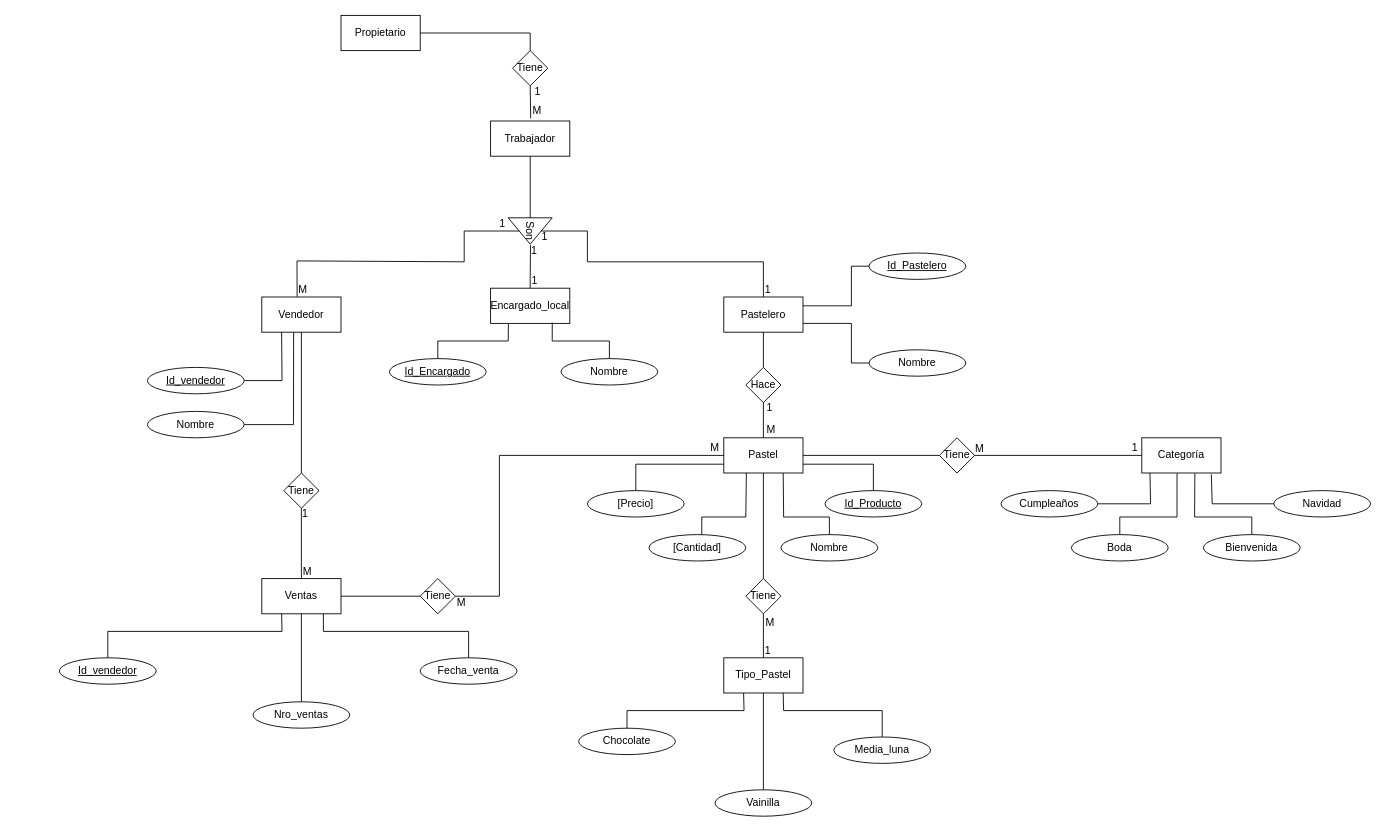
This is Prueba1.drawio from Davic1o/EsquemasBD, a draw.io file, before an edit. Source tidied: cells renumbered, new cells numbered last; positions are measured from the earlier drawing's top-left corner, leaving out a move shared by most shapes. Both pictures are drawn from the tidied source at 88%, with x=0, y=0 at pixel (59, 15).
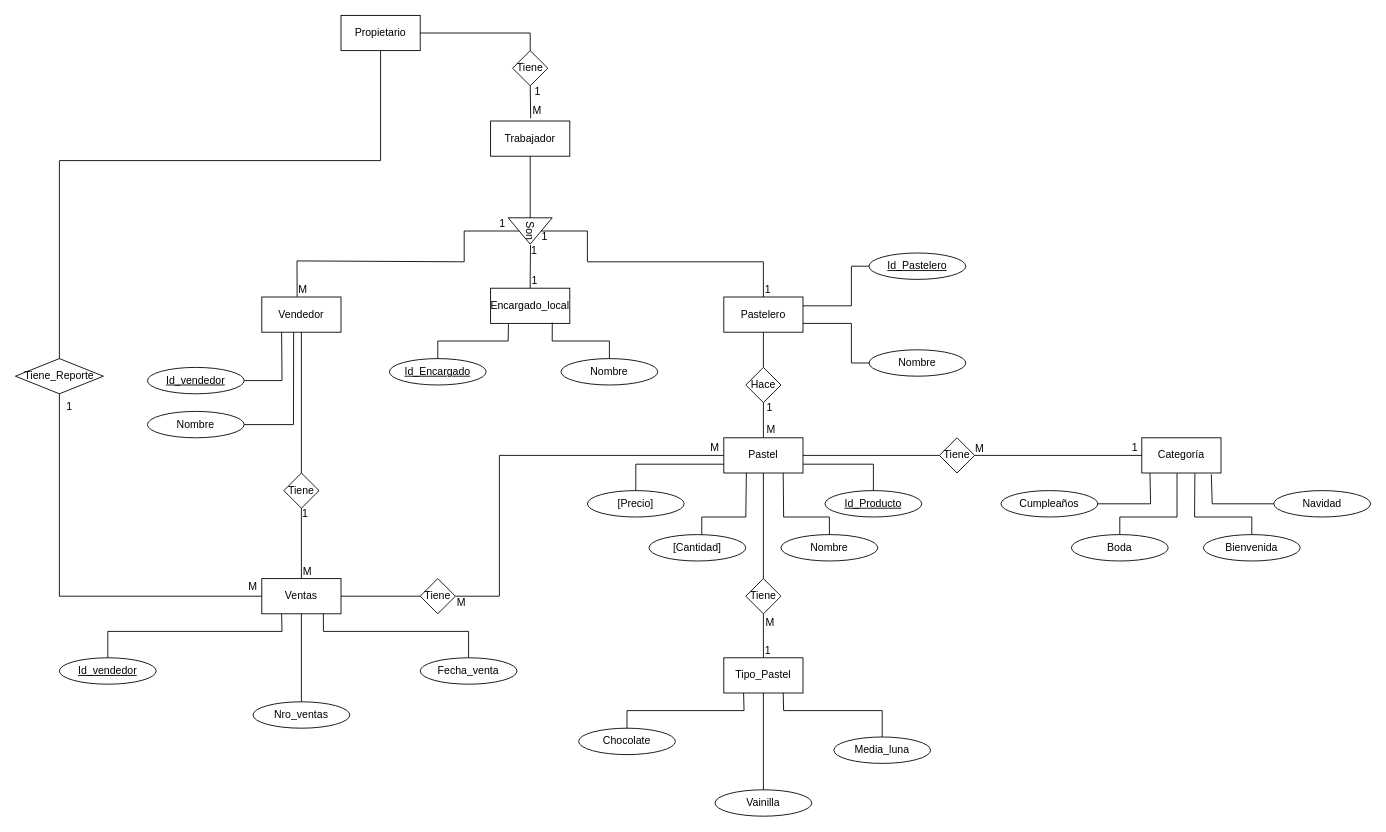
The same page after the edit.

Unchanged cells that the change refers to:
```xml
<mxCell id="21" value="Propietario" style="rounded=0;whiteSpace=wrap;html=1;" parent="1" vertex="1">
  <mxGeometry x="320" width="90" height="40" as="geometry" />
</mxCell>
<mxCell id="27" value="Ventas" style="rounded=0;whiteSpace=wrap;html=1;" parent="1" vertex="1">
  <mxGeometry x="230" y="640" width="90" height="40" as="geometry" />
</mxCell>
```

Diff of the diagram source:
```diff
@@
+    <mxCell id="92" value="Tiene_Reporte" style="rhombus;whiteSpace=wrap;html=1;" parent="1" vertex="1">
+      <mxGeometry x="-50" y="390" width="100" height="40" as="geometry" />
+    </mxCell>
+    <mxCell id="93" style="endArrow=none;html=1;rounded=0;entryX=0.5;entryY=1;entryDx=0;entryDy=0;exitX=0.5;exitY=0;exitDx=0;exitDy=0;" parent="1" edge="1" source="92" target="21">
+      <mxGeometry relative="1" as="geometry">
+        <Array as="points">
+          <mxPoint y="165" />
+          <mxPoint x="365" y="165" />
+        </Array>
+      </mxGeometry>
+    </mxCell>
+    <mxCell id="94" style="endArrow=none;html=1;rounded=0;exitX=0;exitY=0.5;exitDx=0;exitDy=0;entryX=0.5;entryY=1;entryDx=0;entryDy=0;" parent="1" edge="1" source="27" target="92">
+      <mxGeometry relative="1" as="geometry">
+        <Array as="points">
+          <mxPoint x="70" y="660" />
+          <mxPoint y="660" />
+        </Array>
+      </mxGeometry>
+    </mxCell>
+    <mxCell id="95" value="M" style="html=1;align=left;verticalAlign=bottom;" parent="94" vertex="1">
+      <mxGeometry x="-1" relative="1" as="geometry">
+        <mxPoint x="-17" y="-3" as="offset" />
+      </mxGeometry>
+    </mxCell>
+    <mxCell id="96" value="1" style="html=1;align=right;verticalAlign=bottom;" parent="94" vertex="1">
+      <mxGeometry x="1" relative="1" as="geometry">
+        <mxPoint x="15" y="23" as="offset" />
+      </mxGeometry>
+    </mxCell>
```
